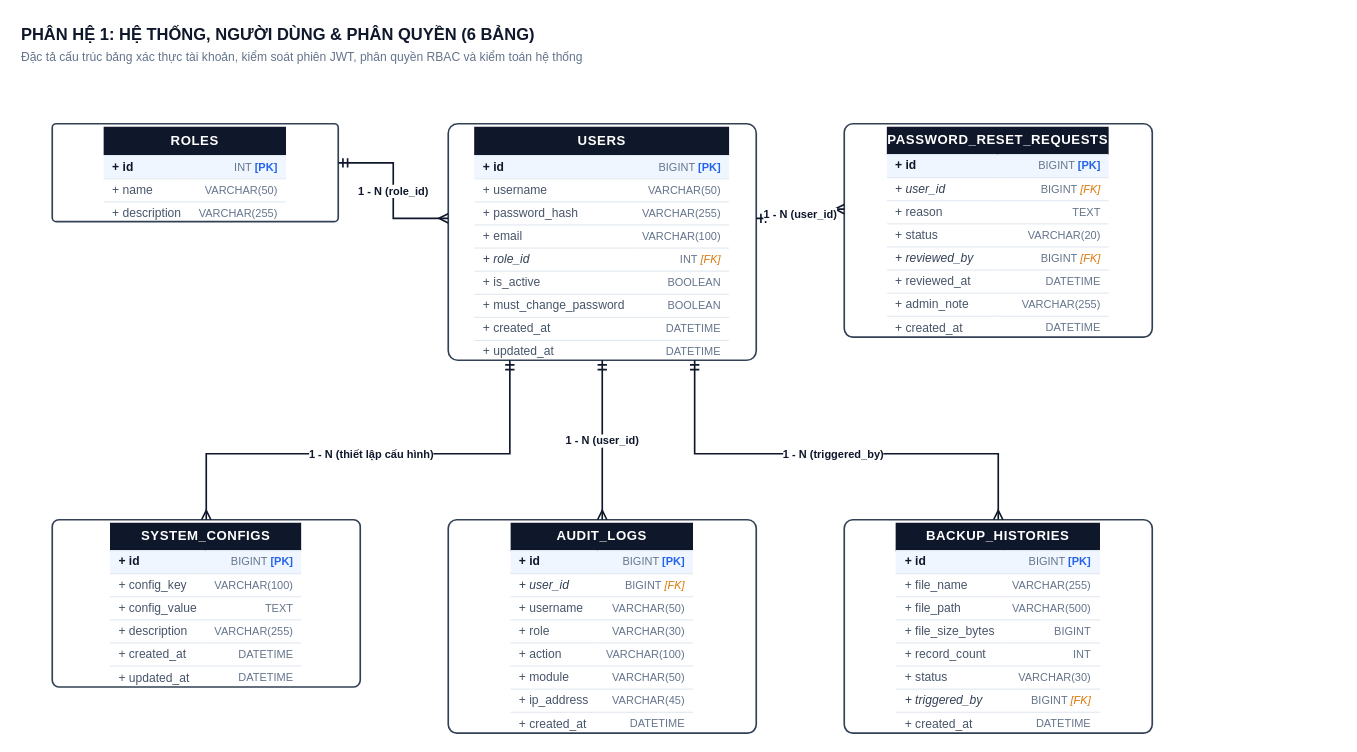
This is page "2. Phân hệ 1 - Hệ thống & Phân quyền" (2 of 8) of drawio/ERD_Diagrams.drawio from DevMarkie/DoAnChuyenNganh, a draw.io file, before an edit. Source tidied: cells renumbered, new cells numbered last; positions are measured from the earlier drawing's top-left corner, leaving out a move shared by most shapes. Both pictures are drawn from the tidied source at 110%, with x=0, y=0 at pixel (19, 19).
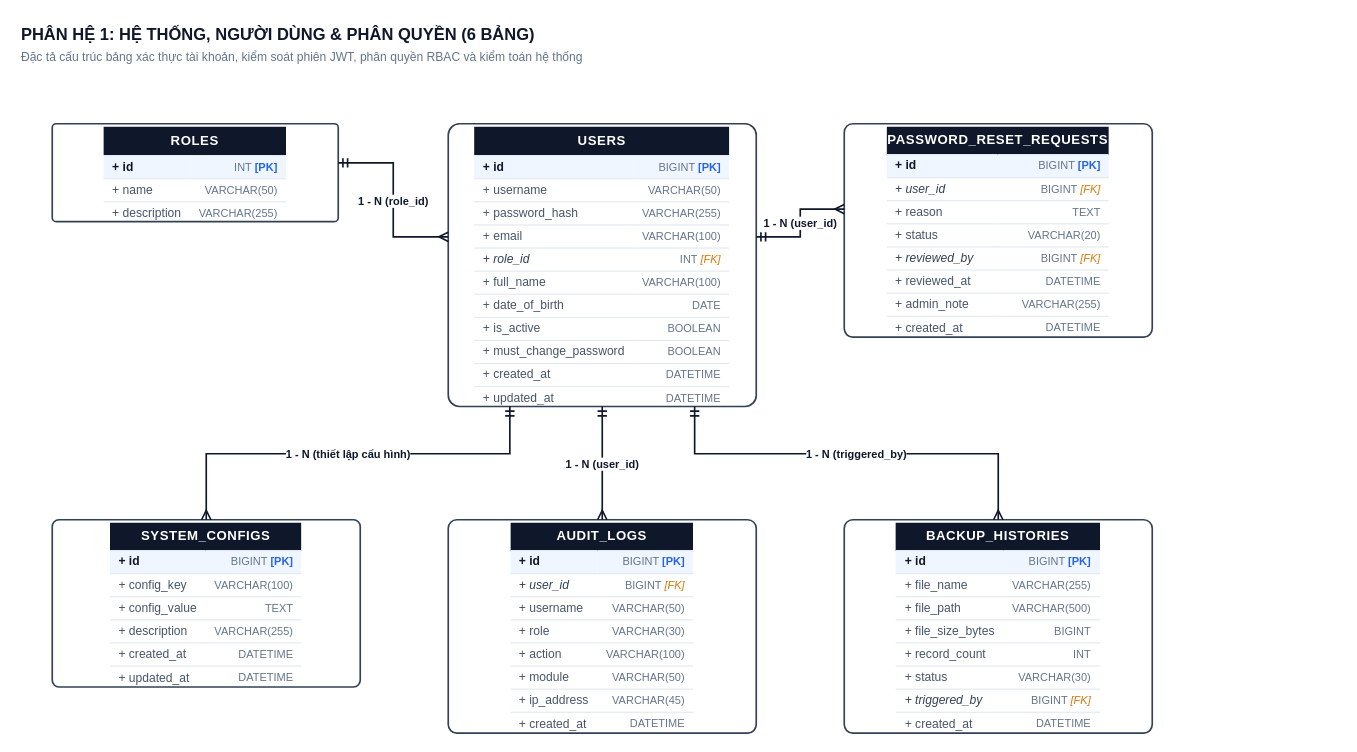
The same page after the edit.

The edit, as a diff of the source:
```diff
@@
-    <mxCell id="5" value="&lt;table style=&quot;width:100%; border-collapse:collapse; font-family:Arial,Helvetica,sans-serif; font-size:11px; margin:0; padding:0;&quot;&gt;&lt;tr style=&quot;background:#0f172a; color:#ffffff; height:26px;&quot;&gt;&lt;td colspan=&quot;2&quot; align=&quot;center&quot; style=&quot;font-weight:bold; font-size:12px; letter-spacing:0.5px;&quot;&gt;USERS&lt;/td&gt;&lt;/tr&gt;&lt;tr style=&quot;background:#eff6ff; height:21px; border-top:1px solid #e2e8f0;&quot;&gt;&lt;td style=&quot;padding:2px 8px; text-align:left; font-weight:bold; color:#0f172a;&quot;&gt;+ id&lt;/td&gt;&lt;td style=&quot;padding:2px 8px; text-align:right; color:#64748b; font-size:10px;&quot;&gt;BIGINT &lt;b style=&quot;color:#2563eb;&quot;&gt;[PK]&lt;/b&gt;&lt;/td&gt;&lt;/tr&gt;&lt;tr style=&quot;background:#ffffff; height:21px; border-top:1px solid #e2e8f0;&quot;&gt;&lt;td style=&quot;padding:2px 8px; text-align:left; color:#475569;&quot;&gt;+ username&lt;/td&gt;&lt;td style=&quot;padding:2px 8px; text-align:right; color:#64748b; font-size:10px;&quot;&gt;VARCHAR(50)&lt;/td&gt;&lt;/tr&gt;&lt;tr style=&quot;background:#ffffff; height:21px; border-top:1px solid #e2e8f0;&quot;&gt;&lt;td style=&quot;padding:2px 8px; text-align:left; color:#475569;&quot;&gt;+ password_hash&lt;/td&gt;&lt;td style=&quot;padding:2px 8px; text-align:right; color:#64748b; font-size:10px;&quot;&gt;VARCHAR(255)&lt;/td&gt;&lt;/tr&gt;&lt;tr style=&quot;background:#ffffff; height:21px; border-top:1px solid #e2e8f0;&quot;&gt;&lt;td style=&quot;padding:2px 8px; text-align:left; color:#475569;&quot;&gt;+ email&lt;/td&gt;&lt;td style=&quot;padding:2px 8px; text-align:right; color:#64748b; font-size:10px;&quot;&gt;VARCHAR(100)&lt;/td&gt;&lt;/tr&gt;&lt;tr style=&quot;background:#ffffff; height:21px; border-top:1px solid #e2e8f0;&quot;&gt;&lt;td style=&quot;padding:2px 8px; text-align:left; font-style:italic; color:#334155;&quot;&gt;+ role_id&lt;/td&gt;&lt;td style=&quot;padding:2px 8px; text-align:right; color:#64748b; font-size:10px;&quot;&gt;INT &lt;i style=&quot;color:#d97706;&quot;&gt;[FK]&lt;/i&gt;&lt;/td&gt;&lt;/tr&gt;&lt;tr style=&quot;background:#ffffff; height:21px; border-top:1px solid #e2e8f0;&quot;&gt;&lt;td style=&quot;padding:2px 8px; text-align:left; color:#475569;&quot;&gt;+ is_active&lt;/td&gt;&lt;td style=&quot;padding:2px 8px; text-align:right; color:#64748b; font-size:10px;&quot;&gt;BOOLEAN&lt;/td&gt;&lt;/tr&gt;&lt;tr style=&quot;background:#ffffff; height:21px; border-top:1px solid #e2e8f0;&quot;&gt;&lt;td style=&quot;padding:2px 8px; text-align:left; color:#475569;&quot;&gt;+ must_change_password&lt;/td&gt;&lt;td style=&quot;padding:2px 8px; text-align:right; color:#64748b; font-size:10px;&quot;&gt;BOOLEAN&lt;/td&gt;&lt;/tr&gt;&lt;tr style=&quot;background:#ffffff; height:21px; border-top:1px solid #e2e8f0;&quot;&gt;&lt;td style=&quot;padding:2px 8px; text-align:left; color:#475569;&quot;&gt;+ created_at&lt;/td&gt;&lt;td style=&quot;padding:2px 8px; text-align:right; color:#64748b; font-size:10px;&quot;&gt;DATETIME&lt;/td&gt;&lt;/tr&gt;&lt;tr style=&quot;background:#ffffff; height:21px; border-top:1px solid #e2e8f0;&quot;&gt;&lt;td style=&quot;padding:2px 8px; text-align:left; color:#475569;&quot;&gt;+ updated_at&lt;/td&gt;&lt;td style=&quot;padding:2px 8px; text-align:right; color:#64748b; font-size:10px;&quot;&gt;DATETIME&lt;/td&gt;&lt;/tr&gt;&lt;/table&gt;" style="rounded=1;arcSize=4;strokeColor=#334155;strokeWidth=1.5;fillColor=#ffffff;html=1;overflow=hidden;whiteSpace=wrap;" parent="1" vertex="1">
-      <mxGeometry x="390" y="95" width="280" height="215" as="geometry" />
+    <mxCell id="5" value="&lt;table style=&quot;width:100%; border-collapse:collapse; font-family:Arial,Helvetica,sans-serif; font-size:11px; margin:0; padding:0;&quot;&gt;&lt;tr style=&quot;background:#0f172a; color:#ffffff; height:26px;&quot;&gt;&lt;td colspan=&quot;2&quot; align=&quot;center&quot; style=&quot;font-weight:bold; font-size:12px; letter-spacing:0.5px;&quot;&gt;USERS&lt;/td&gt;&lt;/tr&gt;&lt;tr style=&quot;background:#eff6ff; height:21px; border-top:1px solid #e2e8f0;&quot;&gt;&lt;td style=&quot;padding:2px 8px; text-align:left; font-weight:bold; color:#0f172a;&quot;&gt;+ id&lt;/td&gt;&lt;td style=&quot;padding:2px 8px; text-align:right; color:#64748b; font-size:10px;&quot;&gt;BIGINT &lt;b style=&quot;color:#2563eb;&quot;&gt;[PK]&lt;/b&gt;&lt;/td&gt;&lt;/tr&gt;&lt;tr style=&quot;background:#ffffff; height:21px; border-top:1px solid #e2e8f0;&quot;&gt;&lt;td style=&quot;padding:2px 8px; text-align:left; color:#475569;&quot;&gt;+ username&lt;/td&gt;&lt;td style=&quot;padding:2px 8px; text-align:right; color:#64748b; font-size:10px;&quot;&gt;VARCHAR(50)&lt;/td&gt;&lt;/tr&gt;&lt;tr style=&quot;background:#ffffff; height:21px; border-top:1px solid #e2e8f0;&quot;&gt;&lt;td style=&quot;padding:2px 8px; text-align:left; color:#475569;&quot;&gt;+ password_hash&lt;/td&gt;&lt;td style=&quot;padding:2px 8px; text-align:right; color:#64748b; font-size:10px;&quot;&gt;VARCHAR(255)&lt;/td&gt;&lt;/tr&gt;&lt;tr style=&quot;background:#ffffff; height:21px; border-top:1px solid #e2e8f0;&quot;&gt;&lt;td style=&quot;padding:2px 8px; text-align:left; color:#475569;&quot;&gt;+ email&lt;/td&gt;&lt;td style=&quot;padding:2px 8px; text-align:right; color:#64748b; font-size:10px;&quot;&gt;VARCHAR(100)&lt;/td&gt;&lt;/tr&gt;&lt;tr style=&quot;background:#ffffff; height:21px; border-top:1px solid #e2e8f0;&quot;&gt;&lt;td style=&quot;padding:2px 8px; text-align:left; font-style:italic; color:#334155;&quot;&gt;+ role_id&lt;/td&gt;&lt;td style=&quot;padding:2px 8px; text-align:right; color:#64748b; font-size:10px;&quot;&gt;INT &lt;i style=&quot;color:#d97706;&quot;&gt;[FK]&lt;/i&gt;&lt;/td&gt;&lt;/tr&gt;&lt;tr style=&quot;background:#ffffff; height:21px; border-top:1px solid #e2e8f0;&quot;&gt;&lt;td style=&quot;padding:2px 8px; text-align:left; color:#475569;&quot;&gt;+ full_name&lt;/td&gt;&lt;td style=&quot;padding:2px 8px; text-align:right; color:#64748b; font-size:10px;&quot;&gt;VARCHAR(100)&lt;/td&gt;&lt;/tr&gt;&lt;tr style=&quot;background:#ffffff; height:21px; border-top:1px solid #e2e8f0;&quot;&gt;&lt;td style=&quot;padding:2px 8px; text-align:left; color:#475569;&quot;&gt;+ date_of_birth&lt;/td&gt;&lt;td style=&quot;padding:2px 8px; text-align:right; color:#64748b; font-size:10px;&quot;&gt;DATE&lt;/td&gt;&lt;/tr&gt;&lt;tr style=&quot;background:#ffffff; height:21px; border-top:1px solid #e2e8f0;&quot;&gt;&lt;td style=&quot;padding:2px 8px; text-align:left; color:#475569;&quot;&gt;+ is_active&lt;/td&gt;&lt;td style=&quot;padding:2px 8px; text-align:right; color:#64748b; font-size:10px;&quot;&gt;BOOLEAN&lt;/td&gt;&lt;/tr&gt;&lt;tr style=&quot;background:#ffffff; height:21px; border-top:1px solid #e2e8f0;&quot;&gt;&lt;td style=&quot;padding:2px 8px; text-align:left; color:#475569;&quot;&gt;+ must_change_password&lt;/td&gt;&lt;td style=&quot;padding:2px 8px; text-align:right; color:#64748b; font-size:10px;&quot;&gt;BOOLEAN&lt;/td&gt;&lt;/tr&gt;&lt;tr style=&quot;background:#ffffff; height:21px; border-top:1px solid #e2e8f0;&quot;&gt;&lt;td style=&quot;padding:2px 8px; text-align:left; color:#475569;&quot;&gt;+ created_at&lt;/td&gt;&lt;td style=&quot;padding:2px 8px; text-align:right; color:#64748b; font-size:10px;&quot;&gt;DATETIME&lt;/td&gt;&lt;/tr&gt;&lt;tr style=&quot;background:#ffffff; height:21px; border-top:1px solid #e2e8f0;&quot;&gt;&lt;td style=&quot;padding:2px 8px; text-align:left; color:#475569;&quot;&gt;+ updated_at&lt;/td&gt;&lt;td style=&quot;padding:2px 8px; text-align:right; color:#64748b; font-size:10px;&quot;&gt;DATETIME&lt;/td&gt;&lt;/tr&gt;&lt;/table&gt;" style="rounded=1;arcSize=4;strokeColor=#334155;strokeWidth=1.5;fillColor=#ffffff;html=1;overflow=hidden;whiteSpace=wrap;" parent="1" vertex="1">
+      <mxGeometry x="390" y="95" width="280" height="257" as="geometry" />
     </mxCell>
```
